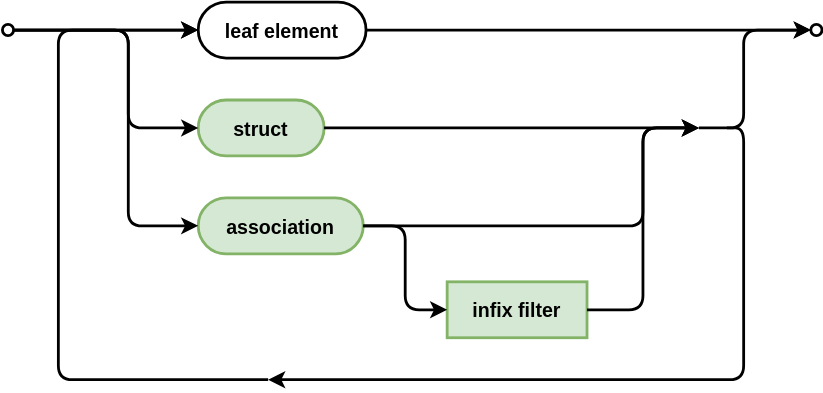
Earlier version of the draw.io export cds/assets/cxl/ref.drawio.svg (capire/docs). Source tidied: cells renumbered, new cells last; positions are measured from the earlier drawing's top-left corner, leaving out a move shared by most shapes.
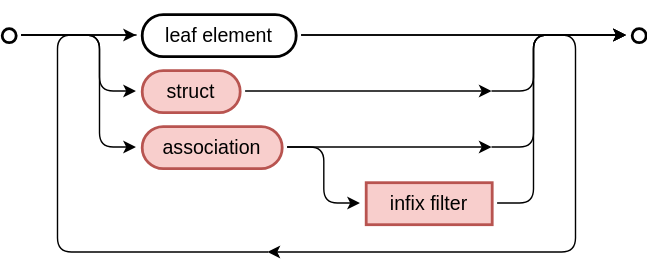
Above is the later version.

The edit, as a diff of the source:
```diff
@@ -2,93 +2,100 @@
   <root>
     <mxCell id="0" />
     <mxCell id="1" parent="0" />
-    <mxCell id="2" style="edgeStyle=none;html=1;entryX=0;entryY=0.5;entryDx=0;entryDy=0;strokeWidth=2;fontSize=14;verticalAlign=bottom;fontStyle=1;textDirection=ltr;" parent="1" edge="1" source="3" target="5">
-      <mxGeometry relative="1" as="geometry" />
-    </mxCell>
-    <mxCell id="3" style="ellipse;whiteSpace=wrap;html=1;strokeWidth=2;fontSize=14;verticalAlign=bottom;fontStyle=1;textDirection=ltr;" parent="1" vertex="1">
-      <mxGeometry y="16" width="8" height="8" as="geometry" />
-    </mxCell>
-    <mxCell id="4" style="edgeStyle=elbowEdgeStyle;html=1;labelBackgroundColor=none;rounded=1;elbow=horizontal;endArrow=classic;endFill=1;align=left;exitX=1;exitY=0.5;exitDx=0;exitDy=0;entryX=0;entryY=0.5;entryDx=0;entryDy=0;strokeWidth=2;fontSize=14;verticalAlign=bottom;fontStyle=1;textDirection=ltr;strokeColor=default;" parent="1" edge="1" source="5" target="17">
-      <mxGeometry relative="1" as="geometry" />
-    </mxCell>
+    <mxCell id="21" style="edgeStyle=orthogonalEdgeStyle;rounded=0;jettySize=auto;html=1;" parent="1" edge="1" source="5" target="25">
+      <mxGeometry relative="1" as="geometry" />
+    </mxCell>
-    <object id="5" label="leaf element" placeholders="1">
-      <mxCell style="align=center;newEdgeStyle={&quot;edgeStyle&quot;:&quot;entityRelationEdgeStyle&quot;,&quot;startArrow&quot;:&quot;none&quot;,&quot;endArrow&quot;:&quot;none&quot;,&quot;segment&quot;:10,&quot;curved&quot;:1,&quot;sourcePerimeterSpacing&quot;:0,&quot;targetPerimeterSpacing&quot;:0};strokeWidth=2;fontSize=14;verticalAlign=middle;fontStyle=1;textDirection=ltr;spacing=4;rounded=1;arcSize=50;" parent="1" vertex="1">
-        <mxGeometry x="140" width="120" height="40" as="geometry" />
-      </mxCell>
-    </object>
+    <mxCell id="5" value="leaf element" style="rounded=1;whiteSpace=wrap;html=1;strokeWidth=2;arcSize=50;fontSize=14;perimeterSpacing=4;" parent="1" vertex="1">
+      <mxGeometry x="130" y="340" width="110" height="30" as="geometry" />
+    </mxCell>
+    <mxCell id="22" style="edgeStyle=elbowEdgeStyle;rounded=1;jettySize=auto;html=1;curved=0;jumpStyle=arc;jumpSize=6;" parent="1" edge="1" source="23" target="7">
+      <mxGeometry relative="1" as="geometry">
+        <Array as="points">
+          <mxPoint x="100" y="390" />
+        </Array>
+      </mxGeometry>
+    </mxCell>
+    <mxCell id="23" style="ellipse;whiteSpace=wrap;html=1;rounded=1;strokeColor=default;strokeWidth=2;align=center;verticalAlign=middle;fontFamily=Helvetica;fontSize=11;fontColor=default;labelBackgroundColor=default;fillColor=default;perimeterSpacing=4;" parent="1" vertex="1">
+      <mxGeometry x="30" y="350" width="10" height="10" as="geometry" />
+    </mxCell>
+    <mxCell id="24" style="endArrow=classic;html=1;rounded=1;strokeColor=default;align=center;verticalAlign=middle;fontFamily=Helvetica;fontSize=11;fontColor=default;labelBackgroundColor=default;edgeStyle=elbowEdgeStyle;curved=0;jumpStyle=arc;jumpSize=6;" parent="1" edge="1" source="23" target="5">
+      <mxGeometry relative="1" as="geometry" />
+    </mxCell>
-    <mxCell id="6" value="struct" style="align=center;newEdgeStyle={&quot;edgeStyle&quot;:&quot;entityRelationEdgeStyle&quot;,&quot;startArrow&quot;:&quot;none&quot;,&quot;endArrow&quot;:&quot;none&quot;,&quot;segment&quot;:10,&quot;curved&quot;:1,&quot;sourcePerimeterSpacing&quot;:0,&quot;targetPerimeterSpacing&quot;:0};fontStyle=1;verticalAlign=middle;fontSize=14;textDirection=ltr;strokeWidth=2;fillColor=#d5e8d4;strokeColor=#82b366;rounded=1;arcSize=50;" parent="1" vertex="1">
-      <mxGeometry x="140" y="70" width="90" height="40" as="geometry" />
+    <mxCell id="6" value="struct" style="rounded=1;whiteSpace=wrap;html=1;strokeWidth=2;arcSize=50;fontSize=14;perimeterSpacing=4;fillColor=#f8cecc;strokeColor=#b85450;" parent="1" vertex="1">
+      <mxGeometry x="130" y="380" width="70" height="30" as="geometry" />
     </mxCell>
+    <mxCell id="11" style="edgeStyle=elbowEdgeStyle;rounded=1;jettySize=auto;html=1;curved=0;sourcePerimeterSpacing=0;" parent="1" edge="1" source="7" target="8">
+      <mxGeometry relative="1" as="geometry" />
+    </mxCell>
-    <mxCell id="7" value="association" style="align=center;newEdgeStyle={&quot;edgeStyle&quot;:&quot;entityRelationEdgeStyle&quot;,&quot;startArrow&quot;:&quot;none&quot;,&quot;endArrow&quot;:&quot;none&quot;,&quot;segment&quot;:10,&quot;curved&quot;:1,&quot;sourcePerimeterSpacing&quot;:0,&quot;targetPerimeterSpacing&quot;:0};fontStyle=1;verticalAlign=middle;fontSize=14;textDirection=ltr;strokeWidth=2;fillColor=#d5e8d4;strokeColor=#82b366;rounded=1;arcSize=50;" parent="1" vertex="1">
-      <mxGeometry x="140" y="140" width="118" height="40" as="geometry" />
+    <mxCell id="7" value="association" style="rounded=1;whiteSpace=wrap;html=1;strokeWidth=2;arcSize=50;fontSize=14;perimeterSpacing=4;fillColor=#f8cecc;strokeColor=#b85450;" parent="1" vertex="1">
+      <mxGeometry x="130" y="420" width="100" height="30" as="geometry" />
     </mxCell>
+    <mxCell id="25" style="ellipse;whiteSpace=wrap;html=1;rounded=1;strokeColor=default;strokeWidth=2;align=center;verticalAlign=middle;fontFamily=Helvetica;fontSize=11;fontColor=default;labelBackgroundColor=default;fillColor=default;perimeterSpacing=4;" parent="1" vertex="1">
+      <mxGeometry x="480" y="350" width="10" height="10" as="geometry" />
+    </mxCell>
+    <mxCell id="26" style="endArrow=classic;html=1;rounded=1;strokeColor=default;align=center;verticalAlign=middle;fontFamily=Helvetica;fontSize=11;fontColor=default;labelBackgroundColor=default;edgeStyle=elbowEdgeStyle;curved=0;jumpStyle=arc;jumpSize=6;" parent="1" edge="1" source="23" target="6">
+      <mxGeometry relative="1" as="geometry">
+        <Array as="points">
+          <mxPoint x="100" y="395" />
+        </Array>
+      </mxGeometry>
+    </mxCell>
-    <mxCell id="8" value="infix filter" style="rounded=0;strokeWidth=2;arcSize=37;fontStyle=1;verticalAlign=middle;fontSize=14;textDirection=ltr;fillColor=#d5e8d4;strokeColor=#82b366;" parent="1" vertex="1">
-      <mxGeometry x="318" y="200" width="100" height="40" as="geometry" />
+    <mxCell id="8" value="infix filter" style="rounded=1;whiteSpace=wrap;html=1;strokeWidth=2;arcSize=0;fontSize=14;perimeterSpacing=4;fillColor=#f8cecc;strokeColor=#b85450;" parent="1" vertex="1">
+      <mxGeometry x="290" y="460" width="90" height="30" as="geometry" />
     </mxCell>
-    <mxCell id="9" style="edgeStyle=elbowEdgeStyle;rounded=1;jettySize=auto;html=1;startArrow=none;startFill=0;endArrow=classic;endFill=1;startSize=6;endSize=6;align=center;fontSize=12;labelBackgroundColor=none;exitX=1;exitY=0.5;exitDx=0;exitDy=0;strokeWidth=2;verticalAlign=bottom;entryX=0;entryY=0.5;entryDx=0;entryDy=0;" parent="1" edge="1" source="3" target="6">
-      <mxGeometry relative="1" as="geometry">
-        <Array as="points">
-          <mxPoint x="90" y="100" />
-        </Array>
-      </mxGeometry>
-    </mxCell>
-    <mxCell id="10" style="edgeStyle=elbowEdgeStyle;rounded=1;jettySize=auto;html=1;startArrow=none;startFill=0;endArrow=classic;endFill=1;startSize=6;endSize=6;align=center;fontSize=12;labelBackgroundColor=none;exitX=1;exitY=0.5;exitDx=0;exitDy=0;entryX=0;entryY=0.5;entryDx=0;entryDy=0;strokeWidth=2;verticalAlign=bottom;" parent="1" edge="1" source="3" target="7">
-      <mxGeometry relative="1" as="geometry">
-        <Array as="points">
-          <mxPoint x="90" y="60" />
-        </Array>
-      </mxGeometry>
-    </mxCell>
-    <mxCell id="11" style="edgeStyle=orthogonalEdgeStyle;rounded=1;jettySize=auto;html=1;exitX=1;exitY=0.5;exitDx=0;exitDy=0;entryX=0;entryY=0.5;entryDx=0;entryDy=0;startArrow=none;startFill=0;endArrow=classic;endFill=1;startSize=6;endSize=6;align=center;fontSize=12;labelBackgroundColor=none;strokeWidth=2;verticalAlign=bottom;" parent="1" edge="1" source="7" target="8">
-      <mxGeometry relative="1" as="geometry" />
-    </mxCell>
-    <mxCell id="12" style="edgeStyle=elbowEdgeStyle;rounded=1;jettySize=auto;html=1;startArrow=none;startFill=0;endArrow=classic;endFill=1;startSize=6;endSize=6;align=center;fontSize=12;labelBackgroundColor=none;strokeWidth=2;verticalAlign=bottom;entryX=0;entryY=0.5;entryDx=0;entryDy=0;exitX=1;exitY=0.5;exitDx=0;exitDy=0;" parent="1" edge="1" source="7" target="18">
-      <mxGeometry relative="1" as="geometry">
-        <Array as="points">
-          <mxPoint x="458" y="140" />
-        </Array>
-      </mxGeometry>
-    </mxCell>
-    <mxCell id="13" style="edgeStyle=orthogonalEdgeStyle;rounded=1;jettySize=auto;html=1;startArrow=none;startFill=0;endArrow=classic;endFill=1;startSize=6;endSize=6;align=center;fontSize=12;labelBackgroundColor=none;strokeWidth=2;verticalAlign=bottom;entryX=0;entryY=0.5;entryDx=0;entryDy=0;" parent="1" edge="1" source="6" target="18">
-      <mxGeometry relative="1" as="geometry" />
-    </mxCell>
-    <mxCell id="14" style="edgeStyle=orthogonalEdgeStyle;rounded=1;jettySize=auto;html=1;startArrow=none;startFill=0;endArrow=classic;endFill=1;startSize=6;endSize=6;align=center;fontSize=12;labelBackgroundColor=none;strokeWidth=2;verticalAlign=bottom;exitX=1;exitY=0.5;exitDx=0;exitDy=0;" parent="1" edge="1" source="20" target="5">
-      <mxGeometry relative="1" as="geometry">
-        <Array as="points">
-          <mxPoint x="40" y="270" />
-          <mxPoint x="40" y="20" />
-        </Array>
-      </mxGeometry>
-    </mxCell>
-    <mxCell id="15" style="edgeStyle=elbowEdgeStyle;rounded=1;jettySize=auto;html=1;startArrow=none;startFill=0;endArrow=classic;endFill=1;startSize=6;endSize=6;align=center;fontSize=12;labelBackgroundColor=none;strokeWidth=2;verticalAlign=bottom;entryX=0;entryY=0.5;entryDx=0;entryDy=0;" parent="1" edge="1" source="8" target="18">
-      <mxGeometry relative="1" as="geometry">
-        <Array as="points">
-          <mxPoint x="458" y="170" />
-        </Array>
-      </mxGeometry>
-    </mxCell>
-    <mxCell id="16" style="edgeStyle=elbowEdgeStyle;rounded=1;jettySize=auto;html=1;startArrow=none;startFill=0;endArrow=classic;endFill=1;startSize=6;endSize=6;align=center;fontSize=12;labelBackgroundColor=none;strokeWidth=2;verticalAlign=bottom;exitX=0;exitY=0.5;exitDx=0;exitDy=0;" parent="1" edge="1" source="18" target="17">
-      <mxGeometry relative="1" as="geometry">
-        <Array as="points">
-          <mxPoint x="530" y="60" />
-        </Array>
-      </mxGeometry>
-    </mxCell>
-    <mxCell id="17" style="ellipse;whiteSpace=wrap;html=1;strokeWidth=2;fontSize=14;verticalAlign=bottom;fontStyle=1;textDirection=ltr;" parent="1" vertex="1">
-      <mxGeometry x="578" y="16" width="8" height="8" as="geometry" />
-    </mxCell>
-    <mxCell id="18" style="ellipse;whiteSpace=wrap;html=1;strokeColor=none;fontSize=13;fillColor=none;" parent="1" vertex="1">
-      <mxGeometry x="498" y="80" width="20" height="20" as="geometry" />
-    </mxCell>
-    <mxCell id="19" style="edgeStyle=elbowEdgeStyle;rounded=1;jettySize=auto;html=1;startArrow=none;startFill=0;endArrow=classic;endFill=1;startSize=6;endSize=6;align=center;fontSize=12;labelBackgroundColor=none;strokeWidth=2;verticalAlign=bottom;exitX=1;exitY=0.5;exitDx=0;exitDy=0;entryX=1;entryY=0.5;entryDx=0;entryDy=0;" parent="1" edge="1" source="18" target="20">
-      <mxGeometry relative="1" as="geometry">
-        <Array as="points">
-          <mxPoint x="530" y="190" />
-        </Array>
-      </mxGeometry>
-    </mxCell>
-    <mxCell id="20" style="ellipse;whiteSpace=wrap;html=1;strokeColor=none;fontSize=13;fillColor=none;" parent="1" vertex="1">
-      <mxGeometry x="170" y="260" width="20" height="20" as="geometry" />
-    </mxCell>
+    <mxCell id="27" style="endArrow=classic;html=1;rounded=1;strokeColor=default;align=center;verticalAlign=middle;fontFamily=Helvetica;fontSize=11;fontColor=default;labelBackgroundColor=default;edgeStyle=elbowEdgeStyle;curved=0;jumpStyle=gap;jumpSize=6;exitX=1;exitY=0.5;exitDx=0;exitDy=0;" parent="1" edge="1" source="6" target="32">
+      <mxGeometry relative="1" as="geometry" />
+    </mxCell>
+    <mxCell id="28" style="edgeStyle=elbowEdgeStyle;rounded=1;jettySize=auto;html=1;curved=0;sourcePerimeterSpacing=0;" parent="1" edge="1" source="8" target="25">
+      <mxGeometry relative="1" as="geometry">
+        <Array as="points">
+          <mxPoint x="410" y="410" />
+        </Array>
+      </mxGeometry>
+    </mxCell>
+    <mxCell id="29" style="edgeStyle=elbowEdgeStyle;rounded=1;jettySize=auto;html=1;endArrow=none;endFill=0;linecap=square;" parent="1" edge="1" source="30" target="5">
+      <mxGeometry relative="1" as="geometry">
+        <Array as="points">
+          <mxPoint x="70" y="440" />
+        </Array>
+      </mxGeometry>
+    </mxCell>
+    <mxCell id="30" style="ellipse;whiteSpace=wrap;html=1;fillColor=none;strokeColor=none;" parent="1" vertex="1">
+      <mxGeometry x="220" y="500" width="20" height="20" as="geometry" />
+    </mxCell>
+    <mxCell id="31" style="edgeStyle=elbowEdgeStyle;rounded=1;jettySize=auto;html=1;entryX=0;entryY=0.5;entryDx=0;entryDy=0;" parent="1" edge="1" source="5" target="30">
+      <mxGeometry relative="1" as="geometry">
+        <Array as="points">
+          <mxPoint x="440" y="430" />
+          <mxPoint x="460" y="420" />
+        </Array>
+      </mxGeometry>
+    </mxCell>
+    <mxCell id="32" style="ellipse;whiteSpace=wrap;html=1;fillColor=none;strokeColor=none;" parent="1" vertex="1">
+      <mxGeometry x="380" y="385" width="20" height="20" as="geometry" />
+    </mxCell>
+    <mxCell id="33" style="endArrow=classic;html=1;rounded=1;strokeColor=default;align=center;verticalAlign=middle;fontFamily=Helvetica;fontSize=14;fontColor=default;labelBackgroundColor=default;edgeStyle=elbowEdgeStyle;curved=0;jumpStyle=gap;jumpSize=6;exitX=0;exitY=0.5;exitDx=0;exitDy=0;entryX=0;entryY=0.5;entryDx=0;entryDy=0;" parent="1" edge="1" source="32" target="25">
+      <mxGeometry relative="1" as="geometry">
+        <Array as="points">
+          <mxPoint x="410" y="380" />
+        </Array>
+      </mxGeometry>
+    </mxCell>
+    <mxCell id="34" style="edgeStyle=elbowEdgeStyle;rounded=1;jettySize=auto;html=1;curved=0;sourcePerimeterSpacing=0;" parent="1" edge="1" source="7" target="35">
+      <mxGeometry relative="1" as="geometry" />
+    </mxCell>
+    <mxCell id="35" style="ellipse;whiteSpace=wrap;html=1;fillColor=none;strokeColor=none;" parent="1" vertex="1">
+      <mxGeometry x="380" y="425" width="20" height="20" as="geometry" />
+    </mxCell>
+    <mxCell id="36" style="endArrow=classic;html=1;rounded=1;strokeColor=default;align=center;verticalAlign=middle;fontFamily=Helvetica;fontSize=14;fontColor=default;labelBackgroundColor=default;edgeStyle=elbowEdgeStyle;curved=0;jumpStyle=gap;jumpSize=6;exitX=0;exitY=0.5;exitDx=0;exitDy=0;entryX=0;entryY=0.5;entryDx=0;entryDy=0;" parent="1" edge="1" source="35" target="25">
+      <mxGeometry relative="1" as="geometry">
+        <Array as="points">
+          <mxPoint x="410" y="400" />
+        </Array>
+      </mxGeometry>
+    </mxCell>
+    <mxCell id="37" style="ellipse;whiteSpace=wrap;html=1;fillColor=none;strokeColor=none;" parent="1" vertex="1">
+      <mxGeometry x="50" y="330" width="20" height="20" as="geometry" />
+    </mxCell>
   </root>
 </mxGraphModel>
```
